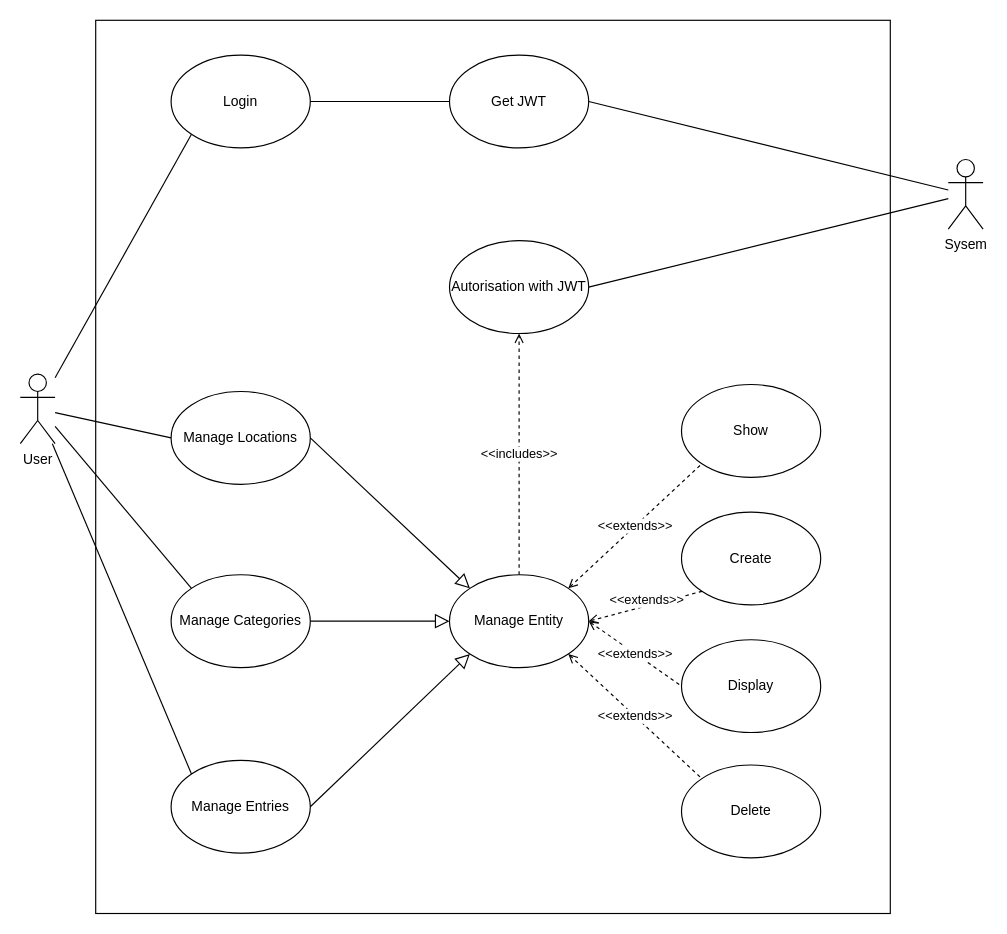
The draw.io diagram docs/usecase-diagram/usecase-diagram.drawio in speyck/m223-punchclock-quarkus, before the edit. Source tidied: cells renumbered, new cells numbered last; positions are measured from the earlier drawing's top-left corner, leaving out a move shared by most shapes. Both pictures are drawn from the tidied source at 116%, with x=0, y=0 at pixel (20, 20).
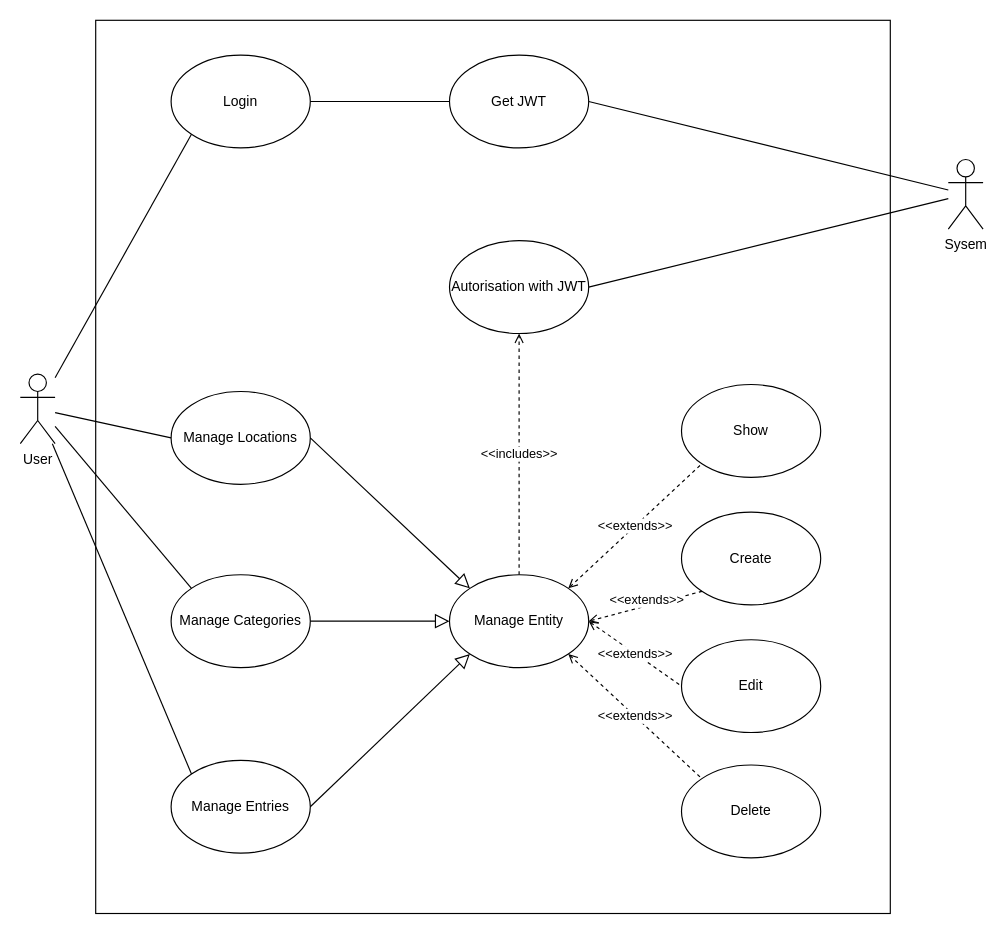
The same page after the edit.

Commit message (it also covers changes not shown here):
Updated usecase-diagrams

Change to the diagram source:
```diff
@@
-    <mxCell id="19" value="Display" style="ellipse;whiteSpace=wrap;html=1;" parent="1" vertex="1">
+    <mxCell id="19" value="Edit" style="ellipse;whiteSpace=wrap;html=1;" parent="1" vertex="1">
       <mxGeometry x="570" y="534" width="120" height="80" as="geometry" />
     </mxCell>
```
